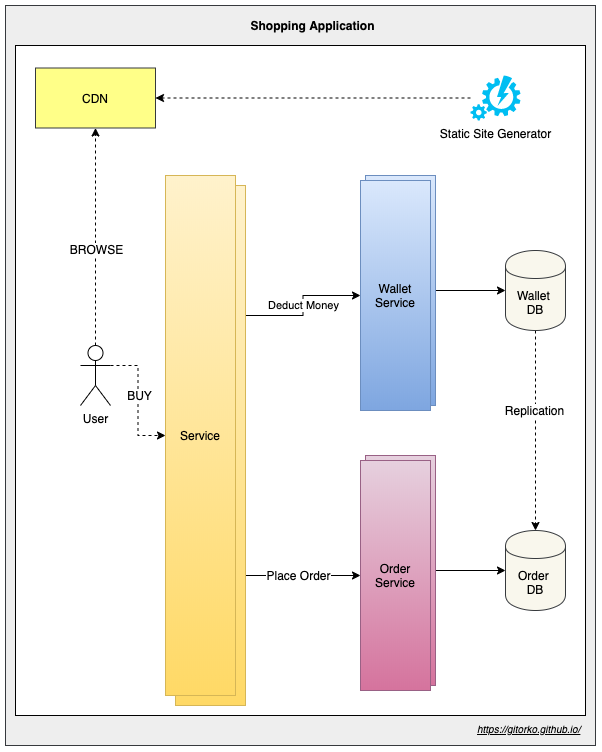
Earlier version of the draw.io export content/post/grokking-the-system-design-interview/shopping-application.png (gitorko/gitorko.github.io). Source tidied: cells renumbered, new cells last; positions are measured from the earlier drawing's top-left corner, leaving out a move shared by most shapes. Source of this version:
```xml
<mxGraphModel>
  <root>
    <mxCell id="0" />
    <mxCell id="1" parent="0" />
    <mxCell id="2" style="rounded=0;whiteSpace=wrap;html=1;fillColor=#eeeeee;strokeColor=#36393d;" parent="1" vertex="1">
      <mxGeometry width="590" height="740" as="geometry" />
    </mxCell>
    <mxCell id="3" style="rounded=0;whiteSpace=wrap;html=1;" parent="1" vertex="1">
      <mxGeometry x="10" y="40" width="570" height="670" as="geometry" />
    </mxCell>
    <mxCell id="4" style="edgeStyle=orthogonalEdgeStyle;rounded=0;jettySize=auto;html=1;dashed=1;" parent="1" edge="1" source="8" target="28">
      <mxGeometry relative="1" as="geometry" />
    </mxCell>
    <mxCell id="5" value="BROWSE" style="text;html=1;align=center;verticalAlign=middle;labelBackgroundColor=#ffffff;" parent="4" vertex="1">
      <mxGeometry x="-0.11" y="-1" relative="1" as="geometry" />
    </mxCell>
    <mxCell id="6" style="edgeStyle=orthogonalEdgeStyle;rounded=0;jettySize=auto;html=1;exitX=1;exitY=0.3333333333333333;exitDx=0;exitDy=0;exitPerimeter=0;entryX=0;entryY=0.5;entryDx=0;entryDy=0;dashed=1;" parent="1" edge="1" source="8" target="15">
      <mxGeometry relative="1" as="geometry" />
    </mxCell>
    <mxCell id="7" value="BUY" style="text;html=1;align=center;verticalAlign=middle;labelBackgroundColor=#ffffff;" parent="6" vertex="1">
      <mxGeometry x="-0.1" y="1" relative="1" as="geometry" />
    </mxCell>
    <mxCell id="8" value="User" style="shape=umlActor;verticalLabelPosition=bottom;labelBackgroundColor=#ffffff;verticalAlign=top;html=1;outlineConnect=0;" parent="1" vertex="1">
      <mxGeometry x="75" y="340" width="30" height="60" as="geometry" />
    </mxCell>
    <mxCell id="9" style="edgeStyle=orthogonalEdgeStyle;rounded=0;jettySize=auto;html=1;exitX=1;exitY=0.75;exitDx=0;exitDy=0;entryX=0;entryY=0.5;entryDx=0;entryDy=0;" parent="1" edge="1" source="12" target="25">
      <mxGeometry relative="1" as="geometry" />
    </mxCell>
    <mxCell id="10" value="Place Order" style="text;html=1;align=center;verticalAlign=middle;labelBackgroundColor=#ffffff;" parent="9" vertex="1">
      <mxGeometry x="0.2" y="-1" relative="1" as="geometry">
        <mxPoint x="-17" y="-1" as="offset" />
      </mxGeometry>
    </mxCell>
    <mxCell id="11" value="Deduct Money" style="edgeStyle=orthogonalEdgeStyle;rounded=0;jettySize=auto;html=1;exitX=1;exitY=0.25;exitDx=0;exitDy=0;" parent="1" edge="1" source="12" target="24">
      <mxGeometry relative="1" as="geometry" />
    </mxCell>
    <mxCell id="12" value="Service" style="rounded=0;whiteSpace=wrap;html=1;gradientColor=#ffd966;fillColor=#fff2cc;strokeColor=#d6b656;" parent="1" vertex="1">
      <mxGeometry x="170" y="180" width="70" height="520" as="geometry" />
    </mxCell>
    <mxCell id="13" value="Shopping Application" style="text;html=1;strokeColor=none;fillColor=none;align=center;verticalAlign=middle;whiteSpace=wrap;rounded=0;fontStyle=1;" parent="1" vertex="1">
      <mxGeometry x="230" y="10" width="155" height="20" as="geometry" />
    </mxCell>
    <mxCell id="14" value="&lt;i&gt;&lt;u&gt;&lt;font style=&quot;font-size: 10px&quot;&gt;https://gitorko.github.io/&lt;/font&gt;&lt;/u&gt;&lt;/i&gt;" style="text;html=1;" parent="1" vertex="1">
      <mxGeometry x="470" y="710" width="110" height="30" as="geometry" />
    </mxCell>
    <mxCell id="15" value="Service" style="rounded=0;whiteSpace=wrap;html=1;gradientColor=#ffd966;fillColor=#fff2cc;strokeColor=#d6b656;" parent="1" vertex="1">
      <mxGeometry x="160" y="170" width="70" height="520" as="geometry" />
    </mxCell>
    <mxCell id="16" style="edgeStyle=orthogonalEdgeStyle;rounded=0;jettySize=auto;html=1;" parent="1" edge="1" source="17" target="22">
      <mxGeometry relative="1" as="geometry" />
    </mxCell>
    <mxCell id="17" value="Wallet Service" style="rounded=0;whiteSpace=wrap;html=1;gradientColor=#7ea6e0;fillColor=#dae8fc;strokeColor=#6c8ebf;" parent="1" vertex="1">
      <mxGeometry x="360" y="170" width="70" height="230" as="geometry" />
    </mxCell>
    <mxCell id="18" style="edgeStyle=orthogonalEdgeStyle;rounded=0;jettySize=auto;html=1;" parent="1" edge="1" source="19" target="23">
      <mxGeometry relative="1" as="geometry" />
    </mxCell>
    <mxCell id="19" value="Order Service" style="rounded=0;whiteSpace=wrap;html=1;gradientColor=#d5739d;fillColor=#e6d0de;strokeColor=#996185;" parent="1" vertex="1">
      <mxGeometry x="360" y="450" width="70" height="230" as="geometry" />
    </mxCell>
    <mxCell id="20" style="edgeStyle=orthogonalEdgeStyle;rounded=0;jettySize=auto;html=1;dashed=1;" parent="1" edge="1" source="22" target="23">
      <mxGeometry relative="1" as="geometry" />
    </mxCell>
    <mxCell id="21" value="Replication" style="text;html=1;align=center;verticalAlign=middle;labelBackgroundColor=#ffffff;" parent="20" vertex="1">
      <mxGeometry x="-0.21" y="-1" relative="1" as="geometry" />
    </mxCell>
    <mxCell id="22" value="Wallet &lt;br&gt;DB" style="shape=cylinder;whiteSpace=wrap;html=1;boundedLbl=1;backgroundOutline=1;fillColor=#f9f7ed;strokeColor=#36393d;" parent="1" vertex="1">
      <mxGeometry x="500" y="245" width="60" height="80" as="geometry" />
    </mxCell>
    <mxCell id="23" value="Order&amp;nbsp;&lt;br&gt;DB" style="shape=cylinder;whiteSpace=wrap;html=1;boundedLbl=1;backgroundOutline=1;fillColor=#f9f7ed;strokeColor=#36393d;" parent="1" vertex="1">
      <mxGeometry x="500" y="525" width="60" height="80" as="geometry" />
    </mxCell>
    <mxCell id="24" value="Wallet Service" style="rounded=0;whiteSpace=wrap;html=1;gradientColor=#7ea6e0;fillColor=#dae8fc;strokeColor=#6c8ebf;" parent="1" vertex="1">
      <mxGeometry x="355" y="175" width="70" height="230" as="geometry" />
    </mxCell>
    <mxCell id="25" value="Order Service" style="rounded=0;whiteSpace=wrap;html=1;gradientColor=#d5739d;fillColor=#e6d0de;strokeColor=#996185;" parent="1" vertex="1">
      <mxGeometry x="355" y="455" width="70" height="230" as="geometry" />
    </mxCell>
    <mxCell id="26" style="edgeStyle=orthogonalEdgeStyle;rounded=0;jettySize=auto;html=1;entryX=1;entryY=0.5;entryDx=0;entryDy=0;dashed=1;" parent="1" edge="1" source="27" target="28">
      <mxGeometry relative="1" as="geometry" />
    </mxCell>
    <mxCell id="27" value="Static Site Generator" style="verticalLabelPosition=bottom;html=1;verticalAlign=top;align=center;strokeColor=none;fillColor=#00BEF2;shape=mxgraph.azure.automation;" parent="1" vertex="1">
      <mxGeometry x="465" y="70" width="50" height="45" as="geometry" />
    </mxCell>
    <mxCell id="28" value="CDN" style="rounded=0;whiteSpace=wrap;html=1;fillColor=#ffff88;strokeColor=#36393d;" parent="1" vertex="1">
      <mxGeometry x="30" y="62.5" width="120" height="60" as="geometry" />
    </mxCell>
  </root>
</mxGraphModel>
```
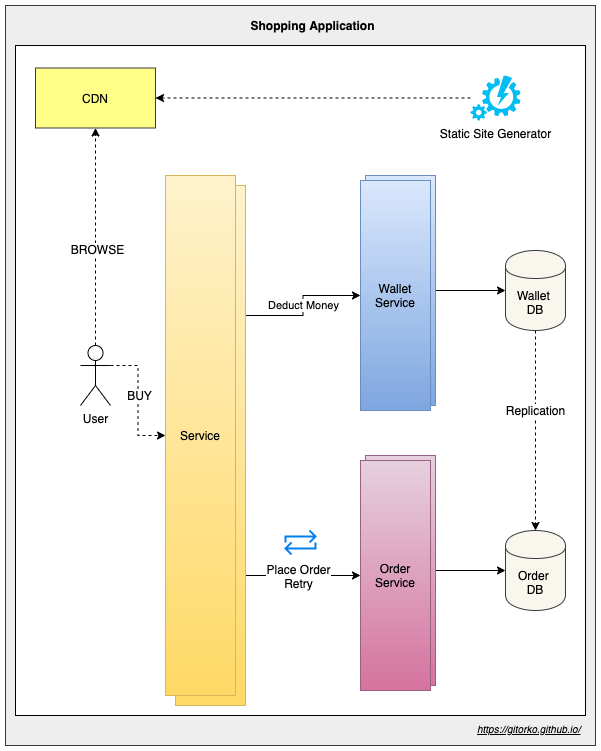
The same diagram one commit later.

The edit, as a diff of the source:
```diff
@@ -26,7 +26,7 @@
     <mxCell id="9" style="edgeStyle=orthogonalEdgeStyle;rounded=0;jettySize=auto;html=1;exitX=1;exitY=0.75;exitDx=0;exitDy=0;entryX=0;entryY=0.5;entryDx=0;entryDy=0;" parent="1" edge="1" source="12" target="25">
       <mxGeometry relative="1" as="geometry" />
     </mxCell>
-    <mxCell id="10" value="Place Order" style="text;html=1;align=center;verticalAlign=middle;labelBackgroundColor=#ffffff;" parent="9" vertex="1">
+    <mxCell id="10" value="Place Order&lt;br&gt;Retry" style="text;html=1;align=center;verticalAlign=middle;labelBackgroundColor=#ffffff;" parent="9" vertex="1">
       <mxGeometry x="0.2" y="-1" relative="1" as="geometry">
         <mxPoint x="-17" y="-1" as="offset" />
       </mxGeometry>
@@ -85,5 +85,8 @@
     <mxCell id="28" value="CDN" style="rounded=0;whiteSpace=wrap;html=1;fillColor=#ffff88;strokeColor=#36393d;" parent="1" vertex="1">
       <mxGeometry x="30" y="62.5" width="120" height="60" as="geometry" />
     </mxCell>
+    <mxCell id="29" style="html=1;verticalLabelPosition=bottom;align=center;labelBackgroundColor=#ffffff;verticalAlign=top;strokeWidth=2;strokeColor=#0080F0;shadow=0;dashed=0;shape=mxgraph.ios7.icons.repeat;" parent="1" vertex="1">
+      <mxGeometry x="280" y="525" width="30" height="24" as="geometry" />
+    </mxCell>
   </root>
 </mxGraphModel>
```
